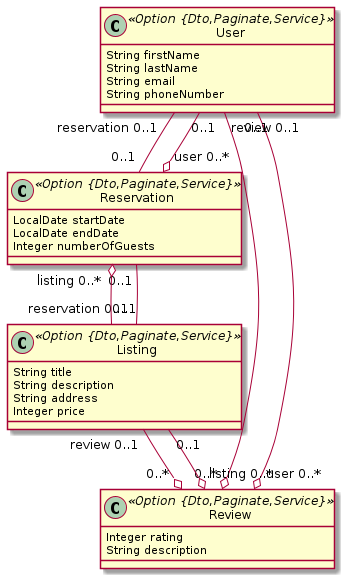
Above: airbnb.png in kevintanhongann/jhipster-jdl-collection (PlantUML), before the change.
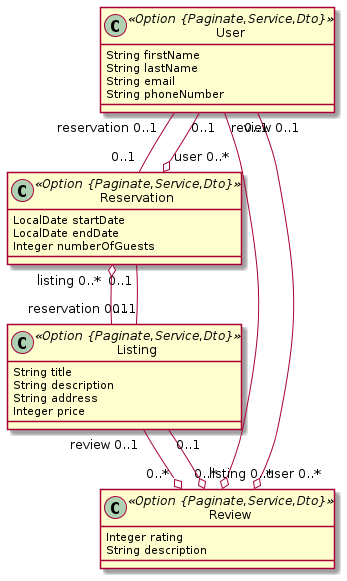
Later version of the same file.

Diff of the diagram source:
```diff
@@ -1,23 +1,23 @@
 @startuml
 	!pragma syntax class
-	class User <<Option {Dto,Paginate,Service}>> {
+	class User <<Option {Paginate,Service,Dto}>> {
 		String firstName
 		String lastName
 		String email
 		String phoneNumber
 	}
-	class Listing <<Option {Dto,Paginate,Service}>> {
+	class Listing <<Option {Paginate,Service,Dto}>> {
 		String title
 		String description
 		String address
 		Integer price
 	}
-	class Reservation <<Option {Dto,Paginate,Service}>> {
+	class Reservation <<Option {Paginate,Service,Dto}>> {
 		LocalDate startDate
 		LocalDate endDate
 		Integer numberOfGuests
 	}
-	class Review <<Option {Dto,Paginate,Service}>> {
+	class Review <<Option {Paginate,Service,Dto}>> {
 		Integer rating
 		String description
 	}
```
